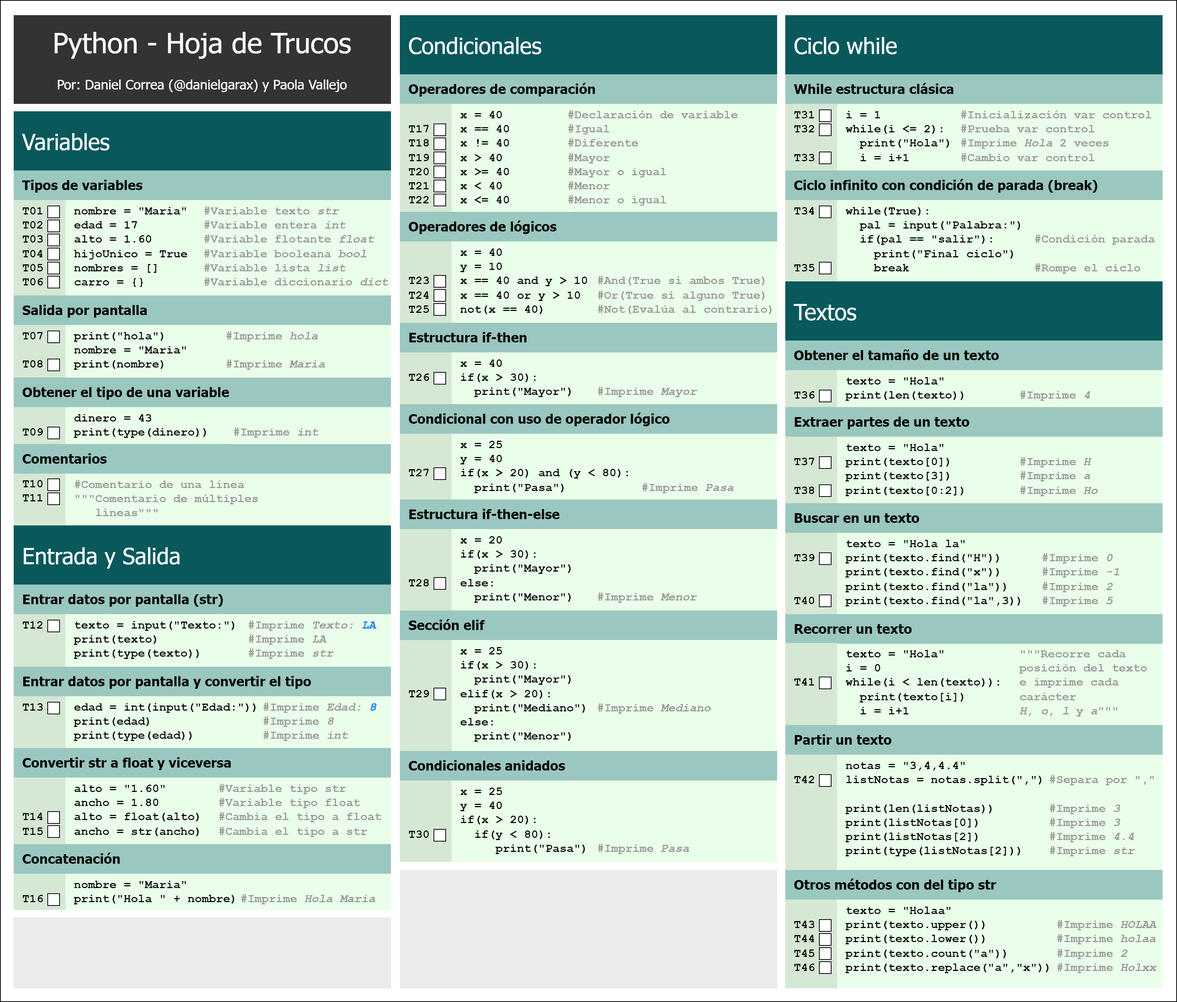
PracticalBooks/Python-Para-Principiantes keeps this draw.io diagram as Hoja-de-Trucos-Parte-1.png. Above is the earlier version. Source tidied: cells renumbered, new cells last; positions are measured from the earlier drawing's top-left corner, leaving out a move shared by most shapes.
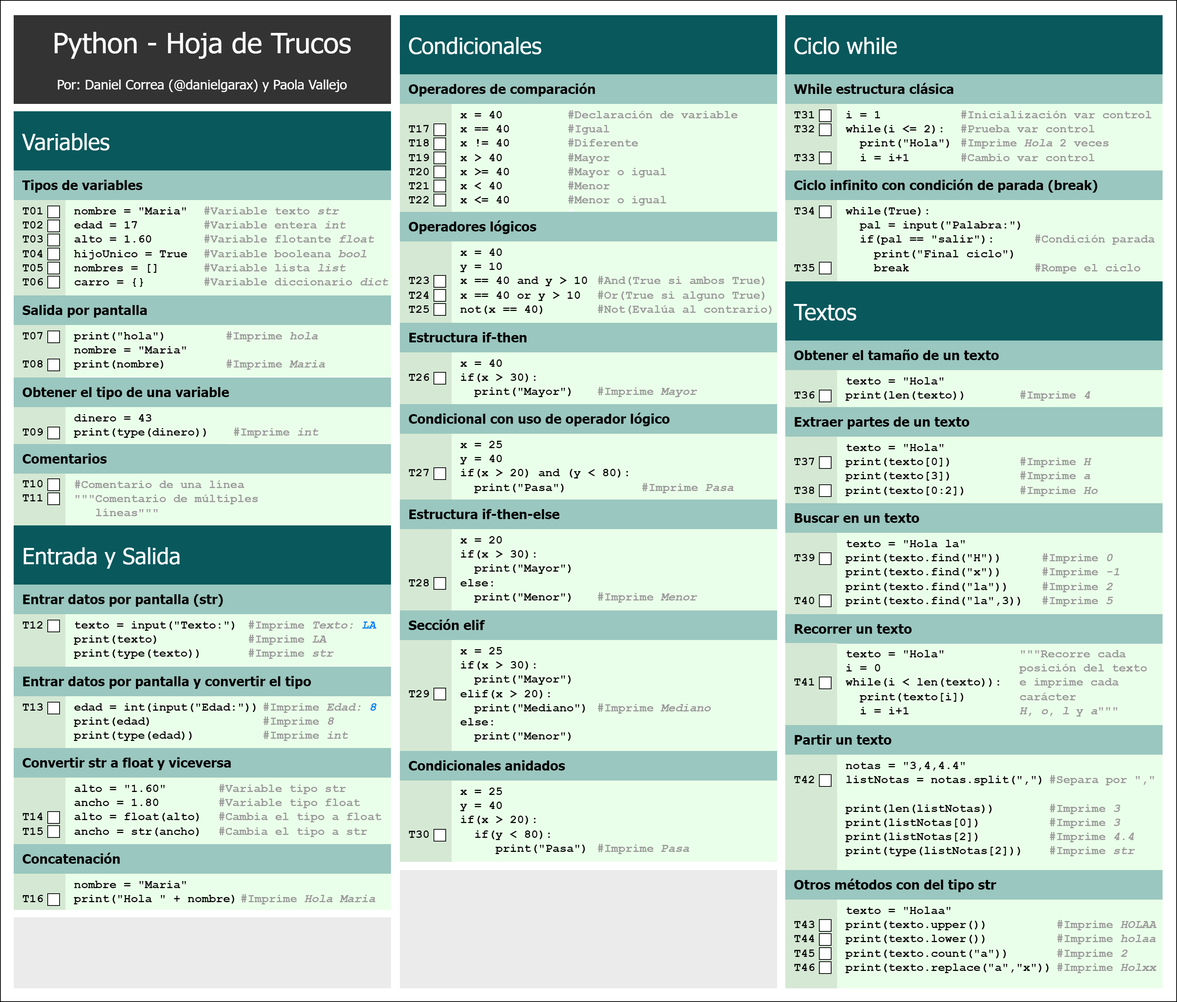
Above is the later version.

Commit message:
fix: Hoja de trucos

The edit, as a diff of the source:
```diff
@@ -368,7 +368,7 @@
     <mxCell id="123" value="&lt;font color=&quot;#000000&quot;&gt;Convertir str a float y viceversa&lt;/font&gt;" style="whiteSpace=wrap;html=1;rounded=0;shadow=0;dashed=0;strokeColor=none;strokeWidth=4;fillColor=#9AC7BF;gradientColor=none;fontFamily=Tahoma;fontSize=18;fontColor=#FFFFFF;align=left;spacingLeft=10;fontStyle=1;" parent="1" vertex="1">
       <mxGeometry x="18" y="1011" width="510" height="40" as="geometry" />
     </mxCell>
-    <mxCell id="124" value="&lt;font color=&quot;#000000&quot; style=&quot;font-size: 18px&quot;&gt;Operadores de lógicos&lt;/font&gt;" style="whiteSpace=wrap;html=1;rounded=0;shadow=0;dashed=0;strokeColor=none;strokeWidth=4;fillColor=#9AC7BF;gradientColor=none;fontFamily=Tahoma;fontSize=18;fontColor=#FFFFFF;align=left;spacingLeft=10;fontStyle=1;" parent="1" vertex="1">
+    <mxCell id="124" value="&lt;font color=&quot;#000000&quot; style=&quot;font-size: 18px&quot;&gt;Operadores lógicos&lt;/font&gt;" style="whiteSpace=wrap;html=1;rounded=0;shadow=0;dashed=0;strokeColor=none;strokeWidth=4;fillColor=#9AC7BF;gradientColor=none;fontFamily=Tahoma;fontSize=18;fontColor=#FFFFFF;align=left;spacingLeft=10;fontStyle=1;" parent="1" vertex="1">
       <mxGeometry x="540" y="286" width="510" height="40" as="geometry" />
     </mxCell>
     <mxCell id="125" value="&lt;font color=&quot;#000000&quot; style=&quot;font-size: 18px&quot;&gt;Estructura if-then-else&lt;/font&gt;" style="whiteSpace=wrap;html=1;rounded=0;shadow=0;dashed=0;strokeColor=none;strokeWidth=4;fillColor=#9AC7BF;gradientColor=none;fontFamily=Tahoma;fontSize=18;fontColor=#FFFFFF;align=left;spacingLeft=10;fontStyle=1;" parent="1" vertex="1">
```
